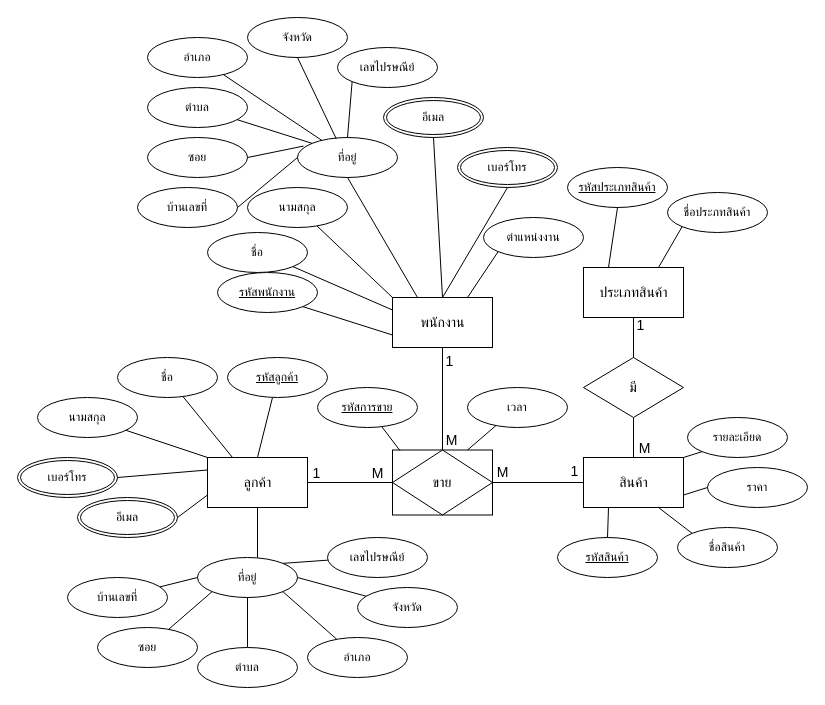
This is ERD_PoiPet_Shose.drawio from ThongChaiBoonChan/PoiPet-Shoes, a draw.io file, before an edit. Source tidied: cells renumbered, new cells numbered last; positions are measured from the earlier drawing's top-left corner, leaving out a move shared by most shapes. Both pictures are drawn from the tidied source at 100%, with x=0, y=0 at pixel (17, 17).
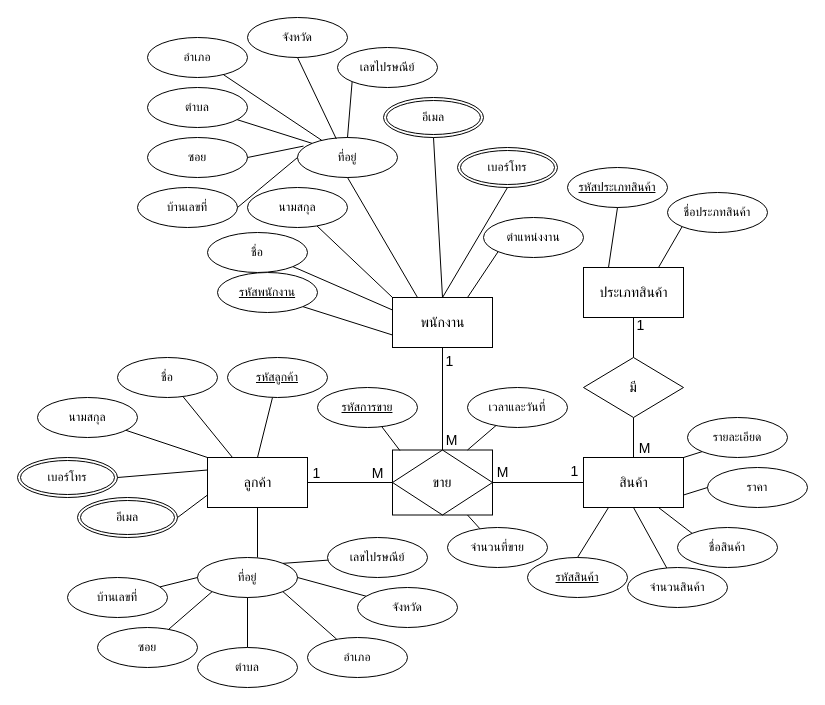
After the change.

The change refers to these unchanged cells:
```xml
<mxCell id="6" value="สินค้า" style="html=1;dashed=0;whitespace=wrap;fontSize=14;" parent="1" vertex="1">
  <mxGeometry x="566" y="440" width="100" height="50" as="geometry" />
</mxCell>
<mxCell id="14" value="ขาย" style="shape=associativeEntity;whiteSpace=wrap;html=1;align=center;fontSize=14;" parent="1" vertex="1">
  <mxGeometry x="375" y="432.5" width="100" height="65" as="geometry" />
</mxCell>
```

Diff of the diagram source:
```diff
@@
     <mxCell id="26" value="รหัสสินค้า" style="ellipse;whiteSpace=wrap;html=1;align=center;fontStyle=4;" parent="1" vertex="1">
-      <mxGeometry x="540" y="520" width="100" height="40" as="geometry" />
+      <mxGeometry x="510" y="540" width="100" height="40" as="geometry" />
     </mxCell>
@@
-    <mxCell id="86" style="edgeStyle=none;rounded=0;jettySize=auto;html=1;entryX=0.75;entryY=0;entryDx=0;entryDy=0;endArrow=none;endFill=0;" parent="1" edge="1" source="87" target="14">
-      <mxGeometry relative="1" as="geometry" />
-    </mxCell>
-    <mxCell id="87" value="เวลา" style="ellipse;whiteSpace=wrap;html=1;align=center;" parent="1" vertex="1">
-      <mxGeometry x="450" y="370" width="100" height="40" as="geometry" />
-    </mxCell>
+    <mxCell id="88" style="rounded=0;jettySize=auto;html=1;entryX=0.75;entryY=0;entryDx=0;entryDy=0;endArrow=none;endFill=0;" parent="1" edge="1" source="89" target="14">
+      <mxGeometry relative="1" as="geometry" />
+    </mxCell>
+    <mxCell id="89" value="เวลาและวันที่" style="ellipse;whiteSpace=wrap;html=1;align=center;" parent="1" vertex="1">
+      <mxGeometry x="450" y="370" width="100" height="40" as="geometry" />
+    </mxCell>
+    <mxCell id="90" style="edgeStyle=none;rounded=0;jettySize=auto;html=1;entryX=0.75;entryY=1;entryDx=0;entryDy=0;endArrow=none;endFill=0;" parent="1" edge="1" source="91" target="14">
+      <mxGeometry relative="1" as="geometry" />
+    </mxCell>
+    <mxCell id="91" value="จำนวนที่ขาย" style="ellipse;whiteSpace=wrap;html=1;align=center;" parent="1" vertex="1">
+      <mxGeometry x="430" y="510" width="100" height="40" as="geometry" />
+    </mxCell>
+    <mxCell id="92" style="edgeStyle=none;rounded=0;jettySize=auto;html=1;entryX=0.5;entryY=1;entryDx=0;entryDy=0;endArrow=none;endFill=0;" parent="1" edge="1" source="93" target="6">
+      <mxGeometry relative="1" as="geometry" />
+    </mxCell>
+    <mxCell id="93" value="จำนวนสินค้า" style="ellipse;whiteSpace=wrap;html=1;align=center;" parent="1" vertex="1">
+      <mxGeometry x="610" y="550" width="100" height="40" as="geometry" />
+    </mxCell>
```
